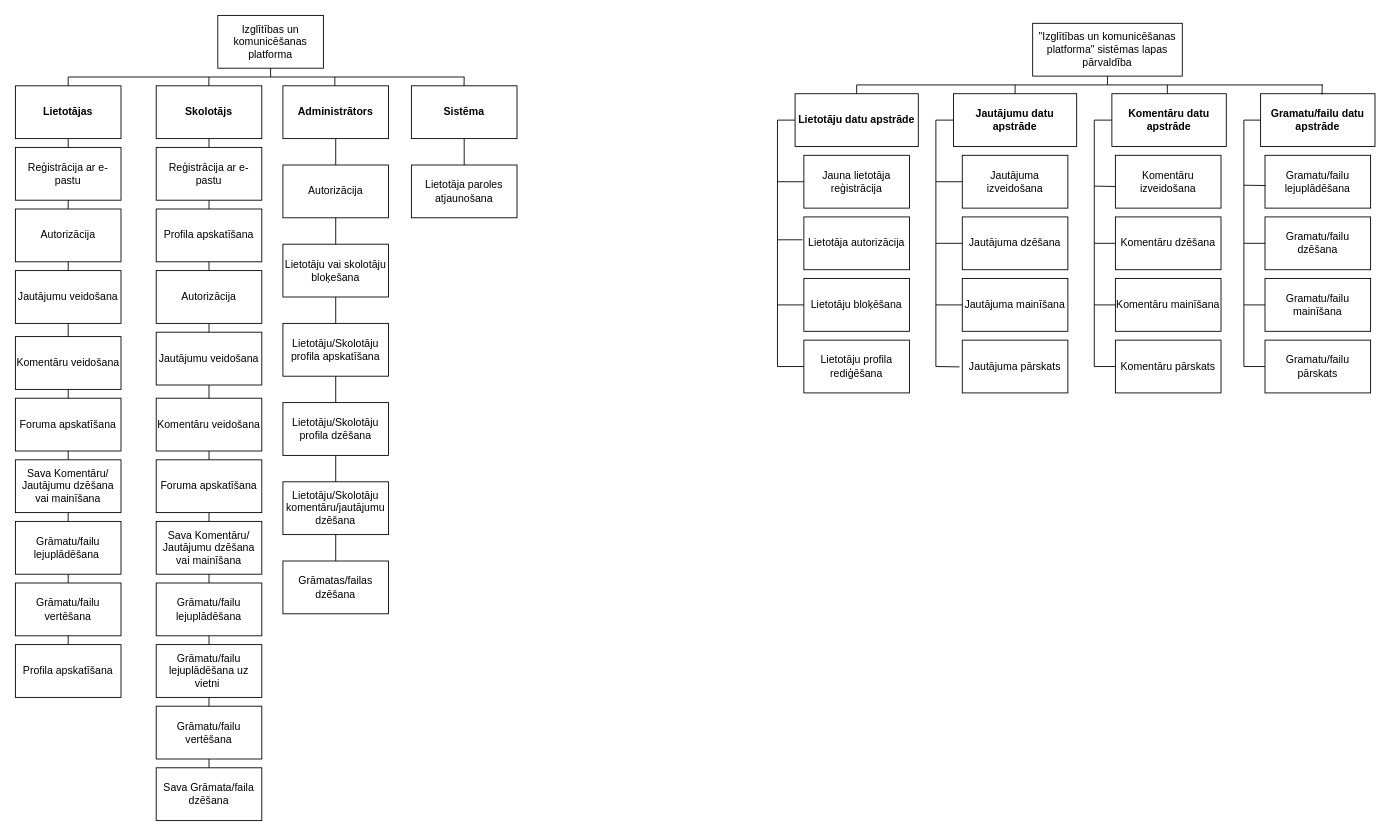
The draw.io diagram Sistemas_strukturas_modelis.drawio in MaksimsVisockis01/diploms, before the edit. Source tidied: cells renumbered, new cells numbered last; positions are measured from the earlier drawing's top-left corner, leaving out a move shared by most shapes. Both pictures are drawn from the tidied source at 88%, with x=0, y=0 at pixel (15, 15).
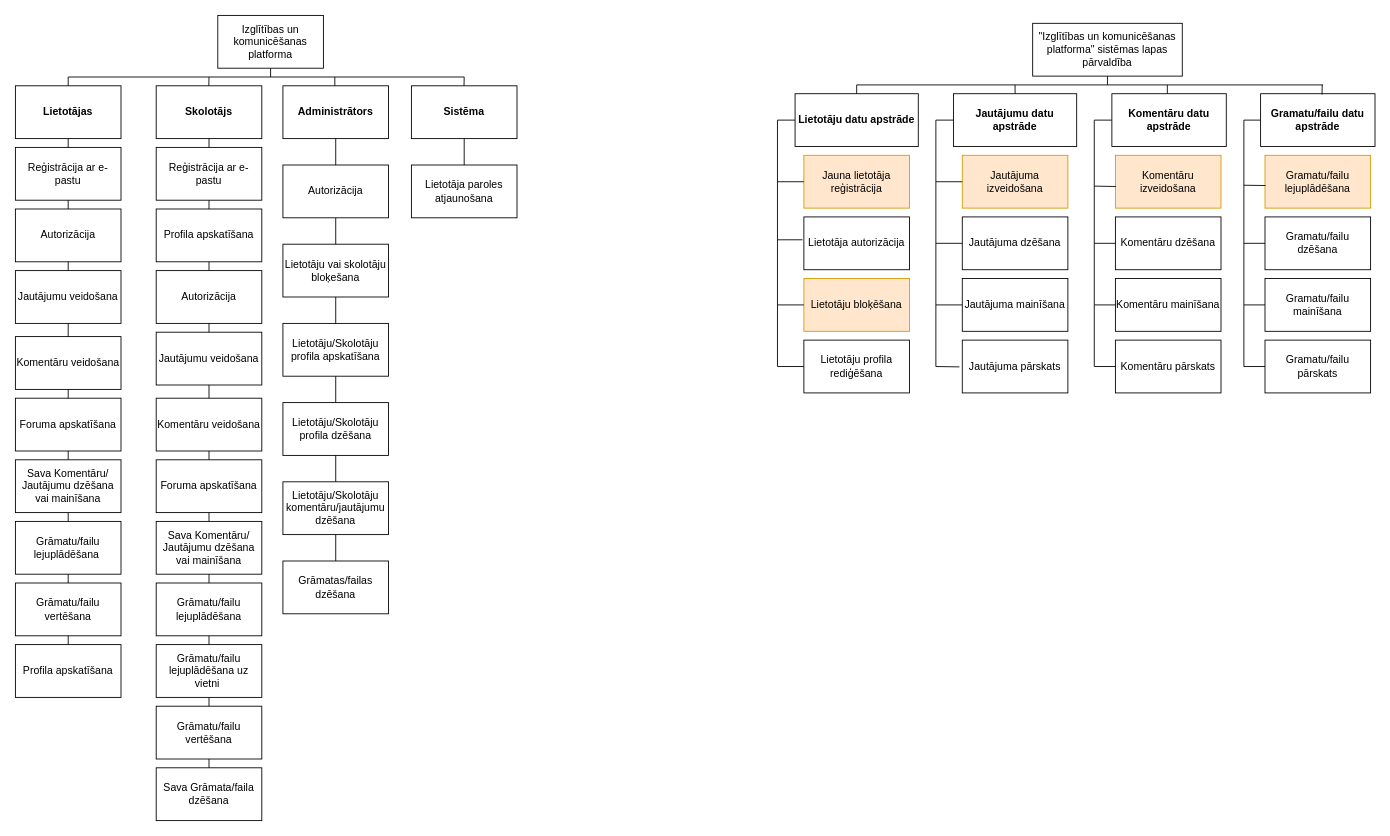
The same diagram, later.

The edit, as a diff of the source:
```diff
@@
-    <mxCell id="78" value="Jauna lietotāja reģistrācija" style="rounded=0;whiteSpace=wrap;html=1;" parent="1" vertex="1">
+    <mxCell id="78" value="Jauna lietotāja reģistrācija" style="rounded=0;whiteSpace=wrap;html=1;fillColor=#ffe6cc;strokeColor=#d79b00;" parent="1" vertex="1">
       <mxGeometry x="896" y="159" width="120" height="60" as="geometry" />
     </mxCell>
@@
-    <mxCell id="80" value="Lietotāju bloķēšana" style="rounded=0;whiteSpace=wrap;html=1;" parent="1" vertex="1">
+    <mxCell id="80" value="Lietotāju bloķēšana" style="rounded=0;whiteSpace=wrap;html=1;fillColor=#ffe6cc;strokeColor=#d79b00;" parent="1" vertex="1">
       <mxGeometry x="896" y="299" width="120" height="60" as="geometry" />
     </mxCell>
@@
-    <mxCell id="82" value="Jautājuma izveidošana" style="rounded=0;whiteSpace=wrap;html=1;" parent="1" vertex="1">
+    <mxCell id="82" value="Jautājuma izveidošana" style="rounded=0;whiteSpace=wrap;html=1;fillColor=#ffe6cc;strokeColor=#d79b00;" parent="1" vertex="1">
       <mxGeometry x="1076" y="159" width="120" height="60" as="geometry" />
     </mxCell>
@@
-    <mxCell id="86" value="Komentāru izveidošana" style="rounded=0;whiteSpace=wrap;html=1;" parent="1" vertex="1">
+    <mxCell id="86" value="Komentāru izveidošana" style="rounded=0;whiteSpace=wrap;html=1;fillColor=#ffe6cc;strokeColor=#d79b00;" parent="1" vertex="1">
       <mxGeometry x="1250" y="159" width="120" height="60" as="geometry" />
     </mxCell>
@@
-    <mxCell id="90" value="Gramatu/failu lejuplādēšana" style="rounded=0;whiteSpace=wrap;html=1;" parent="1" vertex="1">
+    <mxCell id="90" value="Gramatu/failu lejuplādēšana" style="rounded=0;whiteSpace=wrap;html=1;fillColor=#ffe6cc;strokeColor=#d79b00;" parent="1" vertex="1">
       <mxGeometry x="1420" y="159" width="120" height="60" as="geometry" />
     </mxCell>
```
